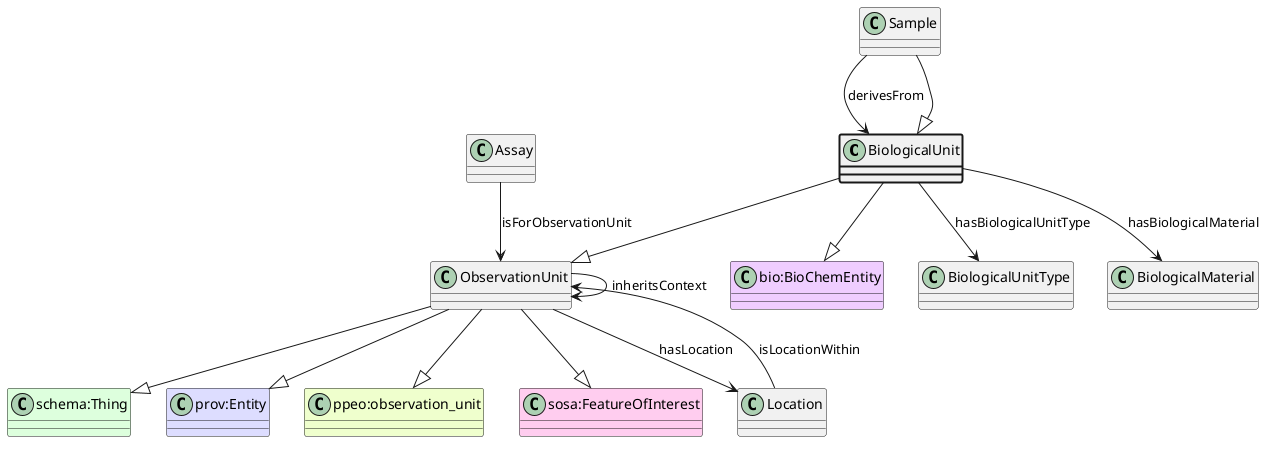
This is ttl_uml/ttl_appn_BiologicalUnit.png from aus-plant-phenomics-network/appn-schema, a PlantUML export, as it was before one commit. Its diagram source:
```plantuml
@startuml
class BiologicalUnit  #line.bold
class ObservationUnit
class "schema:Thing" #DDFFDD
ObservationUnit --|> "schema:Thing"
class "prov:Entity" #DDDDFF
ObservationUnit --|> "prov:Entity"
class "ppeo:observation_unit" #EEFFCC
ObservationUnit --|> "ppeo:observation_unit"
class "sosa:FeatureOfInterest" #FFCCEE
ObservationUnit --|> "sosa:FeatureOfInterest"
BiologicalUnit --|> ObservationUnit
class "bio:BioChemEntity" #EECCFF
BiologicalUnit --|> "bio:BioChemEntity"
class BiologicalUnitType
BiologicalUnit --> BiologicalUnitType : hasBiologicalUnitType
class Sample
Sample --> BiologicalUnit : derivesFrom
class BiologicalMaterial
BiologicalUnit --> BiologicalMaterial : hasBiologicalMaterial
class Assay
Assay --> ObservationUnit : isForObservationUnit
class ObservationUnit
ObservationUnit --> ObservationUnit : inheritsContext
class Location
ObservationUnit --> Location : hasLocation
class Location
Location --> ObservationUnit : isLocationWithin
class Sample
Sample --|> BiologicalUnit
@enduml
```
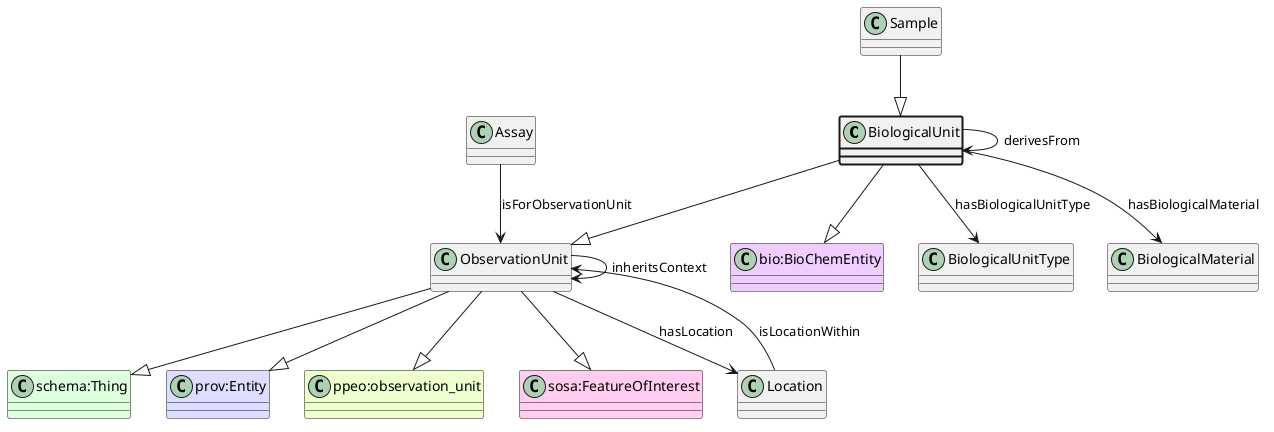
After the commit.

What changed in the source:
```diff
@@ -14,8 +14,7 @@
 BiologicalUnit --|> "bio:BioChemEntity"
 class BiologicalUnitType
 BiologicalUnit --> BiologicalUnitType : hasBiologicalUnitType
-class Sample
-Sample --> BiologicalUnit : derivesFrom
+BiologicalUnit --> BiologicalUnit : derivesFrom
 class BiologicalMaterial
 BiologicalUnit --> BiologicalMaterial : hasBiologicalMaterial
 class Assay
```
